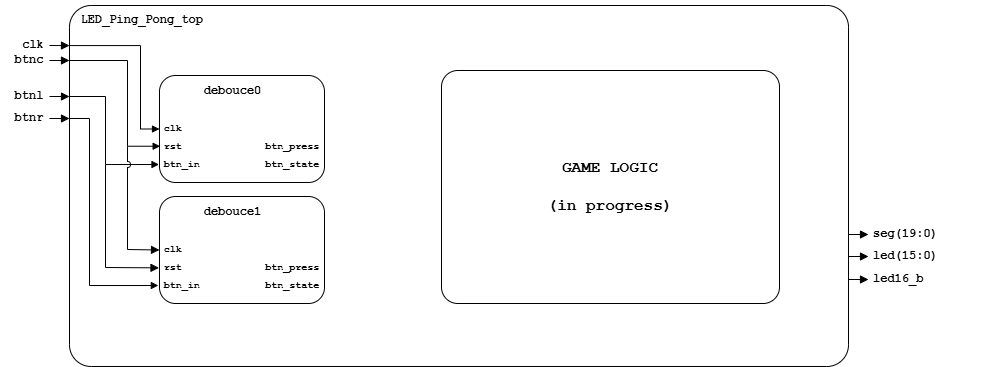
Above: img/Schéma.png in 270931/DE1-Projekt (draw.io), before the change. Source tidied: cells renumbered, new cells last; positions are measured from the earlier drawing's top-left corner, leaving out a move shared by most shapes.
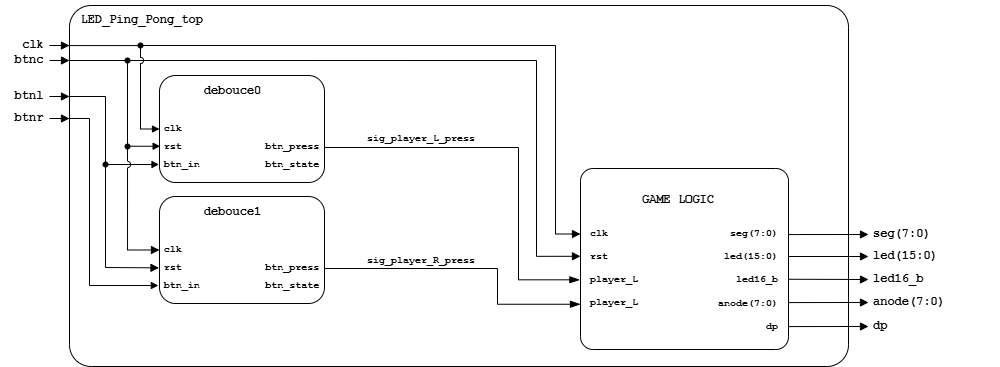
After the change.

Commit message:
Logic schematic v2.0 + GameLogic created

I also added (and modified) the 'bin2seg.vhd' file, because i would like to add a score keeping system that would show on the 7-segment display, something like: 02-04

Diff of the diagram source:
```diff
@@ -43,28 +43,15 @@
     <mxCell id="11" value="&lt;div style=&quot;text-align: left;&quot;&gt;&lt;table&gt;&lt;tbody&gt;&lt;tr&gt;&lt;td&gt;&lt;font style=&quot;font-size: 10px;&quot;&gt;&lt;br&gt;&lt;/font&gt;&lt;/td&gt;&lt;td&gt;&lt;font style=&quot;line-height: 140%;&quot;&gt;debouce0&lt;br&gt;&lt;br&gt;&lt;/font&gt;&lt;/td&gt;&lt;td&gt;&lt;font style=&quot;font-size: 10px;&quot;&gt;&lt;br&gt;&lt;/font&gt;&lt;/td&gt;&lt;/tr&gt;&lt;tr&gt;&lt;td&gt;&lt;font style=&quot;font-size: 10px;&quot;&gt;clk&lt;/font&gt;&lt;/td&gt;&lt;td&gt;&lt;font style=&quot;font-size: 10px;&quot;&gt;&lt;br&gt;&lt;/font&gt;&lt;/td&gt;&lt;td&gt;&lt;font style=&quot;font-size: 10px;&quot;&gt;&lt;br&gt;&lt;/font&gt;&lt;/td&gt;&lt;/tr&gt;&lt;tr&gt;&lt;td&gt;&lt;font style=&quot;font-size: 10px;&quot;&gt;rst&lt;/font&gt;&lt;/td&gt;&lt;td&gt;&lt;font style=&quot;font-size: 10px;&quot;&gt;&lt;br&gt;&lt;/font&gt;&lt;/td&gt;&lt;td&gt;&lt;font style=&quot;font-size: 10px;&quot;&gt;btn_press&lt;/font&gt;&lt;/td&gt;&lt;/tr&gt;&lt;tr&gt;&lt;td&gt;&lt;font style=&quot;font-size: 10px;&quot;&gt;btn_in&lt;/font&gt;&lt;/td&gt;&lt;td&gt;&lt;font style=&quot;font-size: 10px;&quot;&gt;&amp;nbsp; &amp;nbsp;&lt;/font&gt;&lt;/td&gt;&lt;td&gt;&lt;font style=&quot;font-size: 10px;&quot;&gt;btn_state&lt;/font&gt;&lt;/td&gt;&lt;/tr&gt;&lt;/tbody&gt;&lt;/table&gt;&lt;br&gt;&lt;/div&gt;" style="rounded=1;whiteSpace=wrap;html=1;verticalAlign=top;fontFamily=Courier New;fontStyle=1;spacing=0;" parent="1" vertex="1">
       <mxGeometry x="160" y="70" width="165" height="107" as="geometry" />
     </mxCell>
-    <mxCell id="12" style="edgeStyle=elbowEdgeStyle;elbow=horizontal;endArrow=block;html=1;curved=0;rounded=0;endSize=5;startSize=6;exitX=0;exitY=0.111;exitDx=0;exitDy=0;exitPerimeter=0;entryX=0;entryY=0.5;entryDx=0;entryDy=0;endFill=1;" parent="1" edge="1" source="2" target="11">
-      <mxGeometry relative="1" as="geometry">
-        <Array as="points">
-          <mxPoint x="141" y="63" />
-        </Array>
-      </mxGeometry>
-    </mxCell>
-    <mxCell id="13" style="edgeStyle=elbowEdgeStyle;elbow=horizontal;endArrow=block;html=1;curved=0;rounded=0;endSize=5;startSize=6;endFill=1;entryX=0.004;entryY=0.661;entryDx=0;entryDy=0;entryPerimeter=0;" parent="1" edge="1" target="11">
+    <mxCell id="13" style="edgeStyle=elbowEdgeStyle;elbow=horizontal;endArrow=block;html=1;curved=0;rounded=0;endSize=5;startSize=6;endFill=1;entryX=0.004;entryY=0.661;entryDx=0;entryDy=0;entryPerimeter=0;" parent="1" edge="1" source="43" target="11">
       <mxGeometry relative="1" as="geometry">
-        <mxPoint x="70" y="55" as="sourcePoint" />
         <Array as="points">
           <mxPoint x="128" y="97" />
         </Array>
       </mxGeometry>
     </mxCell>
-    <mxCell id="14" style="edgeStyle=elbowEdgeStyle;elbow=horizontal;endArrow=block;html=1;curved=0;rounded=0;endSize=5;startSize=6;exitX=-0.003;exitY=0.158;exitDx=0;exitDy=0;exitPerimeter=0;endFill=1;entryX=-0.003;entryY=0.832;entryDx=0;entryDy=0;entryPerimeter=0;" parent="1" edge="1" target="11">
-      <mxGeometry relative="1" as="geometry">
-        <mxPoint x="70" y="91" as="sourcePoint" />
-        <Array as="points">
-          <mxPoint x="106" y="131" />
-        </Array>
-      </mxGeometry>
+    <mxCell id="14" style="edgeStyle=elbowEdgeStyle;elbow=horizontal;endArrow=block;html=1;curved=0;rounded=0;endSize=5;startSize=6;exitDx=0;exitDy=0;exitPerimeter=0;endFill=1;entryX=-0.003;entryY=0.832;entryDx=0;entryDy=0;entryPerimeter=0;" parent="1" edge="1" source="48" target="11">
+      <mxGeometry relative="1" as="geometry" />
     </mxCell>
     <mxCell id="15" value="&lt;div style=&quot;text-align: left;&quot;&gt;&lt;table&gt;&lt;tbody&gt;&lt;tr&gt;&lt;td&gt;&lt;font style=&quot;font-size: 10px;&quot;&gt;&lt;br&gt;&lt;/font&gt;&lt;/td&gt;&lt;td&gt;&lt;font style=&quot;line-height: 140%;&quot;&gt;debouce1&lt;br&gt;&lt;br&gt;&lt;/font&gt;&lt;/td&gt;&lt;td&gt;&lt;font style=&quot;font-size: 10px;&quot;&gt;&lt;br&gt;&lt;/font&gt;&lt;/td&gt;&lt;/tr&gt;&lt;tr&gt;&lt;td&gt;&lt;font style=&quot;font-size: 10px;&quot;&gt;clk&lt;/font&gt;&lt;/td&gt;&lt;td&gt;&lt;font style=&quot;font-size: 10px;&quot;&gt;&lt;br&gt;&lt;/font&gt;&lt;/td&gt;&lt;td&gt;&lt;font style=&quot;font-size: 10px;&quot;&gt;&lt;br&gt;&lt;/font&gt;&lt;/td&gt;&lt;/tr&gt;&lt;tr&gt;&lt;td&gt;&lt;font style=&quot;font-size: 10px;&quot;&gt;rst&lt;/font&gt;&lt;/td&gt;&lt;td&gt;&lt;font style=&quot;font-size: 10px;&quot;&gt;&lt;br&gt;&lt;/font&gt;&lt;/td&gt;&lt;td&gt;&lt;font style=&quot;font-size: 10px;&quot;&gt;btn_press&lt;/font&gt;&lt;/td&gt;&lt;/tr&gt;&lt;tr&gt;&lt;td&gt;&lt;font style=&quot;font-size: 10px;&quot;&gt;btn_in&lt;/font&gt;&lt;/td&gt;&lt;td&gt;&lt;font style=&quot;font-size: 10px;&quot;&gt;&amp;nbsp; &amp;nbsp;&lt;/font&gt;&lt;/td&gt;&lt;td&gt;&lt;font style=&quot;font-size: 10px;&quot;&gt;btn_state&lt;/font&gt;&lt;/td&gt;&lt;/tr&gt;&lt;/tbody&gt;&lt;/table&gt;&lt;br&gt;&lt;/div&gt;" style="rounded=1;whiteSpace=wrap;html=1;verticalAlign=top;fontFamily=Courier New;fontStyle=1;spacing=0;" parent="1" vertex="1">
       <mxGeometry x="160" y="191" width="165" height="107" as="geometry" />
@@ -76,24 +63,15 @@
         </Array>
       </mxGeometry>
     </mxCell>
-    <mxCell id="17" style="endArrow=block;html=1;rounded=0;entryX=0;entryY=0.5;entryDx=0;entryDy=0;jumpStyle=arc;endFill=1;" parent="1" edge="1" target="15">
-      <mxGeometry relative="1" as="geometry">
-        <mxPoint x="128" y="141" as="sourcePoint" />
-        <Array as="points">
-          <mxPoint x="128" y="244" />
-        </Array>
-      </mxGeometry>
-    </mxCell>
-    <mxCell id="18" style="endArrow=block;html=1;rounded=0;entryX=-0.003;entryY=0.667;entryDx=0;entryDy=0;jumpStyle=arc;entryPerimeter=0;endFill=1;" parent="1" edge="1" target="15">
+    <mxCell id="18" style="endArrow=block;html=1;rounded=0;entryX=-0.003;entryY=0.667;entryDx=0;entryDy=0;jumpStyle=arc;entryPerimeter=0;endFill=1;exitX=0.492;exitY=0.617;exitDx=0;exitDy=0;exitPerimeter=0;" parent="1" edge="1" source="48" target="15">
       <mxGeometry relative="1" as="geometry">
-        <mxPoint x="106" y="159" as="sourcePoint" />
         <Array as="points">
           <mxPoint x="106" y="262" />
         </Array>
       </mxGeometry>
     </mxCell>
     <mxCell id="19" style="group;" parent="1" vertex="1">
-      <mxGeometry x="849" y="214" width="151" height="75" as="geometry" />
+      <mxGeometry x="849" y="214" width="151" height="122" as="geometry" />
     </mxCell>
     <mxCell id="20" style="endArrow=block;html=1;rounded=0;endFill=1;curved=0;entryX=0;entryY=0.151;entryDx=0;entryDy=0;entryPerimeter=0;" parent="19" edge="1">
       <mxGeometry relative="1" as="geometry">
@@ -101,7 +79,7 @@
         <mxPoint x="20" y="15" as="targetPoint" />
       </mxGeometry>
     </mxCell>
-    <mxCell id="21" value="&lt;p&gt;&lt;font face=&quot;Courier New&quot;&gt;&lt;b&gt;seg(19:0)&lt;/b&gt;&lt;/font&gt;&lt;/p&gt;" style="text;html=1;whiteSpace=wrap;strokeColor=none;fillColor=none;align=left;verticalAlign=middle;rounded=0;fontFamily=Courier New;" parent="19" vertex="1">
+    <mxCell id="21" value="&lt;p&gt;&lt;font face=&quot;Courier New&quot;&gt;&lt;b&gt;seg(7:0)&lt;/b&gt;&lt;/font&gt;&lt;/p&gt;" style="text;html=1;whiteSpace=wrap;strokeColor=none;fillColor=none;align=left;verticalAlign=middle;rounded=0;fontFamily=Courier New;" parent="19" vertex="1">
       <mxGeometry x="23" width="128" height="30" as="geometry" />
     </mxCell>
     <mxCell id="22" style="endArrow=block;html=1;rounded=0;endFill=1;curved=0;entryX=0;entryY=0.151;entryDx=0;entryDy=0;entryPerimeter=0;" parent="19" edge="1">
@@ -122,8 +100,131 @@
     <mxCell id="25" value="&lt;p&gt;&lt;font face=&quot;Courier New&quot;&gt;&lt;b&gt;led16_b&lt;/b&gt;&lt;/font&gt;&lt;/p&gt;" style="text;html=1;whiteSpace=wrap;strokeColor=none;fillColor=none;align=left;verticalAlign=middle;rounded=0;fontFamily=Courier New;" parent="19" vertex="1">
       <mxGeometry x="23" y="45" width="128" height="30" as="geometry" />
     </mxCell>
+    <mxCell id="27" style="endArrow=block;html=1;rounded=0;endFill=1;curved=0;entryX=0;entryY=0.151;entryDx=0;entryDy=0;entryPerimeter=0;" parent="19" edge="1">
+      <mxGeometry relative="1" as="geometry">
+        <mxPoint y="83" as="sourcePoint" />
+        <mxPoint x="20" y="83" as="targetPoint" />
+      </mxGeometry>
+    </mxCell>
+    <mxCell id="28" value="&lt;p&gt;&lt;font face=&quot;Courier New&quot;&gt;&lt;b&gt;anode(7:0)&lt;/b&gt;&lt;/font&gt;&lt;/p&gt;" style="text;html=1;whiteSpace=wrap;strokeColor=none;fillColor=none;align=left;verticalAlign=middle;rounded=0;fontFamily=Courier New;" parent="19" vertex="1">
+      <mxGeometry x="23" y="68" width="128" height="30" as="geometry" />
+    </mxCell>
+    <mxCell id="29" style="endArrow=block;html=1;rounded=0;endFill=1;curved=0;entryX=0;entryY=0.151;entryDx=0;entryDy=0;entryPerimeter=0;" parent="19" edge="1">
+      <mxGeometry relative="1" as="geometry">
+        <mxPoint y="107" as="sourcePoint" />
+        <mxPoint x="20" y="107" as="targetPoint" />
+      </mxGeometry>
+    </mxCell>
+    <mxCell id="30" value="&lt;p&gt;&lt;font face=&quot;Courier New&quot;&gt;&lt;b&gt;dp&lt;/b&gt;&lt;/font&gt;&lt;/p&gt;" style="text;html=1;whiteSpace=wrap;strokeColor=none;fillColor=none;align=left;verticalAlign=middle;rounded=0;fontFamily=Courier New;" parent="19" vertex="1">
+      <mxGeometry x="23" y="92" width="128" height="30" as="geometry" />
+    </mxCell>
-    <mxCell id="26" value="&lt;font face=&quot;Courier New&quot; style=&quot;font-size: 16px;&quot;&gt;&lt;b style=&quot;&quot;&gt;GAME LOGIC&lt;/b&gt;&lt;/font&gt;&lt;div&gt;&lt;font face=&quot;Courier New&quot; style=&quot;font-size: 16px;&quot;&gt;&lt;b style=&quot;&quot;&gt;&lt;br&gt;&lt;/b&gt;&lt;/font&gt;&lt;/div&gt;&lt;div&gt;&lt;font face=&quot;Courier New&quot; style=&quot;font-size: 16px;&quot;&gt;&lt;b style=&quot;&quot;&gt;(in progress)&lt;/b&gt;&lt;/font&gt;&lt;/div&gt;" style="rounded=1;whiteSpace=wrap;html=1;arcSize=7;" parent="1" vertex="1">
-      <mxGeometry x="442" y="65" width="338" height="233" as="geometry" />
+    <mxCell id="26" value="&lt;font face=&quot;Courier New&quot; style=&quot;font-size: 16px;&quot;&gt;&lt;b style=&quot;&quot;&gt;&lt;/b&gt;&lt;/font&gt;&lt;table&gt;&lt;tbody&gt;&lt;tr&gt;&lt;td&gt;&lt;br&gt;&lt;/td&gt;&lt;td&gt;&lt;b&gt;&lt;font face=&quot;Courier New&quot;&gt;GAME LOGIC&lt;/font&gt;&lt;/b&gt;&lt;/td&gt;&lt;td&gt;&lt;br&gt;&lt;br&gt;&lt;br&gt;&lt;/td&gt;&lt;/tr&gt;&lt;tr&gt;&lt;td style=&quot;text-align: left;&quot;&gt;&lt;font style=&quot;font-size: 10px;&quot; face=&quot;Courier New&quot;&gt;&lt;b&gt;clk&lt;/b&gt;&lt;/font&gt;&lt;/td&gt;&lt;td&gt;&lt;font style=&quot;font-size: 10px;&quot; face=&quot;Courier New&quot;&gt;&lt;b&gt;&amp;nbsp; &amp;nbsp; &amp;nbsp; &amp;nbsp; &amp;nbsp; &amp;nbsp;&lt;/b&gt;&lt;/font&gt;&lt;/td&gt;&lt;td style=&quot;text-align: right;&quot;&gt;&lt;font style=&quot;font-size: 10px;&quot; face=&quot;Courier New&quot;&gt;&lt;b&gt;seg(7:0)&lt;/b&gt;&lt;/font&gt;&lt;/td&gt;&lt;/tr&gt;&lt;tr style=&quot;line-height: 170%;&quot;&gt;&lt;td style=&quot;text-align: left;&quot;&gt;&lt;font style=&quot;font-size: 10px; line-height: 170%;&quot; face=&quot;Courier New&quot;&gt;&lt;b&gt;rst&lt;/b&gt;&lt;/font&gt;&lt;/td&gt;&lt;td&gt;&lt;font style=&quot;font-size: 10px;&quot; face=&quot;Courier New&quot;&gt;&lt;b&gt;&lt;br&gt;&lt;/b&gt;&lt;/font&gt;&lt;/td&gt;&lt;td style=&quot;text-align: right;&quot;&gt;&lt;font style=&quot;font-size: 10px; line-height: 170%;&quot; face=&quot;Courier New&quot;&gt;&lt;b&gt;led(15:0)&lt;/b&gt;&lt;/font&gt;&lt;/td&gt;&lt;/tr&gt;&lt;tr&gt;&lt;td style=&quot;text-align: left;&quot;&gt;&lt;b style=&quot;font-family: &amp;quot;Courier New&amp;quot;; font-size: 10px;&quot;&gt;player_L&lt;/b&gt;&lt;/td&gt;&lt;td&gt;&lt;font style=&quot;font-size: 10px;&quot; face=&quot;Courier New&quot;&gt;&lt;b&gt;&lt;br&gt;&lt;/b&gt;&lt;/font&gt;&lt;/td&gt;&lt;td style=&quot;text-align: right;&quot;&gt;&lt;font style=&quot;font-size: 10px;&quot; face=&quot;Courier New&quot;&gt;&lt;b&gt;led16_b&lt;/b&gt;&lt;/font&gt;&lt;/td&gt;&lt;/tr&gt;&lt;tr style=&quot;line-height: 190%;&quot;&gt;&lt;td&gt;&lt;b style=&quot;font-family: &amp;quot;Courier New&amp;quot;; font-size: 10px; text-align: left;&quot;&gt;player_L&lt;/b&gt;&lt;font style=&quot;font-size: 10px;&quot; face=&quot;Courier New&quot;&gt;&lt;b&gt;&lt;/b&gt;&lt;/font&gt;&lt;/td&gt;&lt;td&gt;&lt;font style=&quot;font-size: 10px;&quot; face=&quot;Courier New&quot;&gt;&lt;b&gt;&lt;br&gt;&lt;/b&gt;&lt;/font&gt;&lt;/td&gt;&lt;td style=&quot;text-align: right;&quot;&gt;&lt;font style=&quot;font-size: 10px; line-height: 190%;&quot; face=&quot;Courier New&quot;&gt;&lt;b&gt;anode(7:0)&lt;/b&gt;&lt;/font&gt;&lt;/td&gt;&lt;/tr&gt;&lt;tr&gt;&lt;td&gt;&lt;font style=&quot;font-size: 10px;&quot; face=&quot;Courier New&quot;&gt;&lt;b&gt;&lt;br&gt;&lt;/b&gt;&lt;/font&gt;&lt;/td&gt;&lt;td&gt;&lt;font style=&quot;font-size: 10px;&quot; face=&quot;Courier New&quot;&gt;&lt;b&gt;&lt;br&gt;&lt;/b&gt;&lt;/font&gt;&lt;/td&gt;&lt;td style=&quot;text-align: right;&quot;&gt;&lt;font style=&quot;font-size: 10px;&quot; face=&quot;Courier New&quot;&gt;&lt;b&gt;dp&lt;/b&gt;&lt;/font&gt;&lt;/td&gt;&lt;/tr&gt;&lt;/tbody&gt;&lt;/table&gt;&lt;div&gt;&lt;font face=&quot;Courier New&quot; style=&quot;font-size: 16px;&quot;&gt;&lt;b style=&quot;&quot;&gt;&lt;/b&gt;&lt;/font&gt;&lt;/div&gt;" style="rounded=1;whiteSpace=wrap;html=1;arcSize=7;verticalAlign=top;" parent="1" vertex="1">
+      <mxGeometry x="581" y="163" width="208" height="181" as="geometry" />
     </mxCell>
+    <mxCell id="31" style="endArrow=none;html=1;rounded=0;exitX=1.001;exitY=0.365;exitDx=0;exitDy=0;exitPerimeter=0;" parent="1" edge="1" source="26">
+      <mxGeometry relative="1" as="geometry">
+        <mxPoint x="849" y="229" as="targetPoint" />
+      </mxGeometry>
+    </mxCell>
+    <mxCell id="32" style="endArrow=none;html=1;rounded=0;exitX=0.996;exitY=0.433;exitDx=0;exitDy=0;exitPerimeter=0;" parent="1" edge="1">
+      <mxGeometry relative="1" as="geometry">
+        <mxPoint x="789" y="251" as="sourcePoint" />
+        <mxPoint x="850" y="251" as="targetPoint" />
+      </mxGeometry>
+    </mxCell>
+    <mxCell id="33" style="endArrow=none;html=1;rounded=0;exitX=1.003;exitY=0.612;exitDx=0;exitDy=0;exitPerimeter=0;" parent="1" edge="1" source="26">
+      <mxGeometry relative="1" as="geometry">
+        <mxPoint x="849" y="273.9" as="targetPoint" />
+      </mxGeometry>
+    </mxCell>
+    <mxCell id="34" style="endArrow=none;html=1;rounded=0;exitX=1;exitY=0.728;exitDx=0;exitDy=0;exitPerimeter=0;" parent="1" edge="1">
+      <mxGeometry relative="1" as="geometry">
+        <mxPoint x="789" y="297.1" as="sourcePoint" />
+        <mxPoint x="849" y="297" as="targetPoint" />
+      </mxGeometry>
+    </mxCell>
+    <mxCell id="35" style="endArrow=none;html=1;rounded=0;exitX=1;exitY=0.728;exitDx=0;exitDy=0;exitPerimeter=0;" parent="1" edge="1">
+      <mxGeometry relative="1" as="geometry">
+        <mxPoint x="789" y="321.1" as="sourcePoint" />
+        <mxPoint x="849" y="321" as="targetPoint" />
+      </mxGeometry>
+    </mxCell>
+    <mxCell id="36" style="edgeStyle=elbowEdgeStyle;elbow=horizontal;endArrow=blockThin;html=1;curved=0;rounded=0;endSize=8;startSize=8;entryX=-0.003;entryY=0.615;entryDx=0;entryDy=0;endFill=1;entryPerimeter=0;" parent="1" edge="1" target="26">
+      <mxGeometry relative="1" as="geometry">
+        <mxPoint x="325" y="142" as="sourcePoint" />
+        <Array as="points">
+          <mxPoint x="519" y="207" />
+        </Array>
+      </mxGeometry>
+    </mxCell>
+    <mxCell id="37" style="edgeStyle=elbowEdgeStyle;elbow=horizontal;endArrow=blockThin;html=1;curved=0;rounded=0;endSize=8;startSize=8;entryX=0;entryY=0.75;entryDx=0;entryDy=0;endFill=1;" parent="1" edge="1" target="26">
+      <mxGeometry relative="1" as="geometry">
+        <mxPoint x="325" y="263" as="sourcePoint" />
+        <Array as="points">
+          <mxPoint x="498" y="267" />
+        </Array>
+      </mxGeometry>
+    </mxCell>
+    <mxCell id="38" value="&lt;b&gt;&lt;font face=&quot;Courier New&quot; style=&quot;font-size: 10px;&quot;&gt;sig_player_L_press&lt;/font&gt;&lt;/b&gt;" style="text;html=1;whiteSpace=wrap;strokeColor=none;fillColor=none;align=center;verticalAlign=middle;rounded=0;" parent="1" vertex="1">
+      <mxGeometry x="392" y="117" width="60" height="30" as="geometry" />
+    </mxCell>
+    <mxCell id="39" value="&lt;b&gt;&lt;font face=&quot;Courier New&quot; style=&quot;font-size: 10px;&quot;&gt;sig_player_R_press&lt;/font&gt;&lt;/b&gt;" style="text;html=1;whiteSpace=wrap;strokeColor=none;fillColor=none;align=center;verticalAlign=middle;rounded=0;" parent="1" vertex="1">
+      <mxGeometry x="392" y="238.5" width="60" height="30" as="geometry" />
+    </mxCell>
+    <mxCell id="40" style="shape=waypoint;sketch=0;fillStyle=solid;size=6;points=[];fillColor=none;perimeter=centerPerimeter;snapToPoint=1;" parent="1" vertex="1">
+      <mxGeometry x="131" y="30" width="20" height="20" as="geometry" />
+    </mxCell>
+    <mxCell id="41" style="edgeStyle=orthogonalEdgeStyle;rounded=0;jettySize=auto;html=1;entryX=0;entryY=0.362;entryDx=0;entryDy=0;entryPerimeter=0;endArrow=block;endFill=1;" parent="1" edge="1" source="40" target="26">
+      <mxGeometry relative="1" as="geometry">
+        <Array as="points">
+          <mxPoint x="556" y="40" />
+          <mxPoint x="556" y="229" />
+        </Array>
+      </mxGeometry>
+    </mxCell>
+    <mxCell id="42" style="edgeStyle=elbowEdgeStyle;elbow=horizontal;endArrow=none;html=1;curved=0;rounded=0;endSize=5;startSize=6;endFill=0;entryDx=0;entryDy=0;entryPerimeter=0;" parent="1" edge="1" target="43">
+      <mxGeometry relative="1" as="geometry">
+        <mxPoint x="70" y="55" as="sourcePoint" />
+      </mxGeometry>
+    </mxCell>
+    <mxCell id="43" style="shape=waypoint;sketch=0;fillStyle=solid;size=6;points=[];fillColor=none;perimeter=centerPerimeter;snapToPoint=1;" parent="1" vertex="1">
+      <mxGeometry x="118" y="45" width="20" height="20" as="geometry" />
+    </mxCell>
+    <mxCell id="44" style="edgeStyle=orthogonalEdgeStyle;rounded=0;jettySize=auto;html=1;entryX=0;entryY=0.485;entryDx=0;entryDy=0;entryPerimeter=0;endArrow=block;endFill=1;" parent="1" edge="1" source="43" target="26">
+      <mxGeometry relative="1" as="geometry">
+        <Array as="points">
+          <mxPoint x="537" y="55" />
+          <mxPoint x="537" y="251" />
+        </Array>
+      </mxGeometry>
+    </mxCell>
+    <mxCell id="12" style="edgeStyle=elbowEdgeStyle;elbow=horizontal;endArrow=block;html=1;curved=0;rounded=0;endSize=5;startSize=6;exitX=0;exitY=0.111;exitDx=0;exitDy=0;exitPerimeter=0;entryX=0;entryY=0.5;entryDx=0;entryDy=0;endFill=1;jumpStyle=arc;" parent="1" edge="1" source="2" target="11">
+      <mxGeometry relative="1" as="geometry">
+        <Array as="points">
+          <mxPoint x="141" y="63" />
+        </Array>
+      </mxGeometry>
+    </mxCell>
+    <mxCell id="45" style="edgeStyle=orthogonalEdgeStyle;rounded=0;jettySize=auto;html=1;entryX=0;entryY=0.5;entryDx=0;entryDy=0;endArrow=block;endFill=1;jumpStyle=arc;" parent="1" edge="1" source="46" target="15">
+      <mxGeometry relative="1" as="geometry">
+        <Array as="points">
+          <mxPoint x="128" y="244" />
+        </Array>
+      </mxGeometry>
+    </mxCell>
+    <mxCell id="46" style="shape=waypoint;sketch=0;fillStyle=solid;size=6;points=[];fillColor=none;perimeter=centerPerimeter;snapToPoint=1;" parent="1" vertex="1">
+      <mxGeometry x="118" y="131" width="20" height="20" as="geometry" />
+    </mxCell>
+    <mxCell id="47" style="edgeStyle=elbowEdgeStyle;elbow=horizontal;endArrow=none;html=1;curved=0;rounded=0;endSize=5;startSize=6;exitX=-0.003;exitY=0.158;exitDx=0;exitDy=0;exitPerimeter=0;endFill=0;entryDx=0;entryDy=0;entryPerimeter=0;" parent="1" edge="1" target="48">
+      <mxGeometry relative="1" as="geometry">
+        <mxPoint x="70" y="91" as="sourcePoint" />
+        <Array as="points">
+          <mxPoint x="106" y="131" />
+        </Array>
+      </mxGeometry>
+    </mxCell>
+    <mxCell id="48" style="shape=waypoint;sketch=0;fillStyle=solid;size=6;points=[];fillColor=none;perimeter=centerPerimeter;snapToPoint=1;" parent="1" vertex="1">
+      <mxGeometry x="96" y="149" width="20" height="20" as="geometry" />
+    </mxCell>
   </root>
 </mxGraphModel>
```
